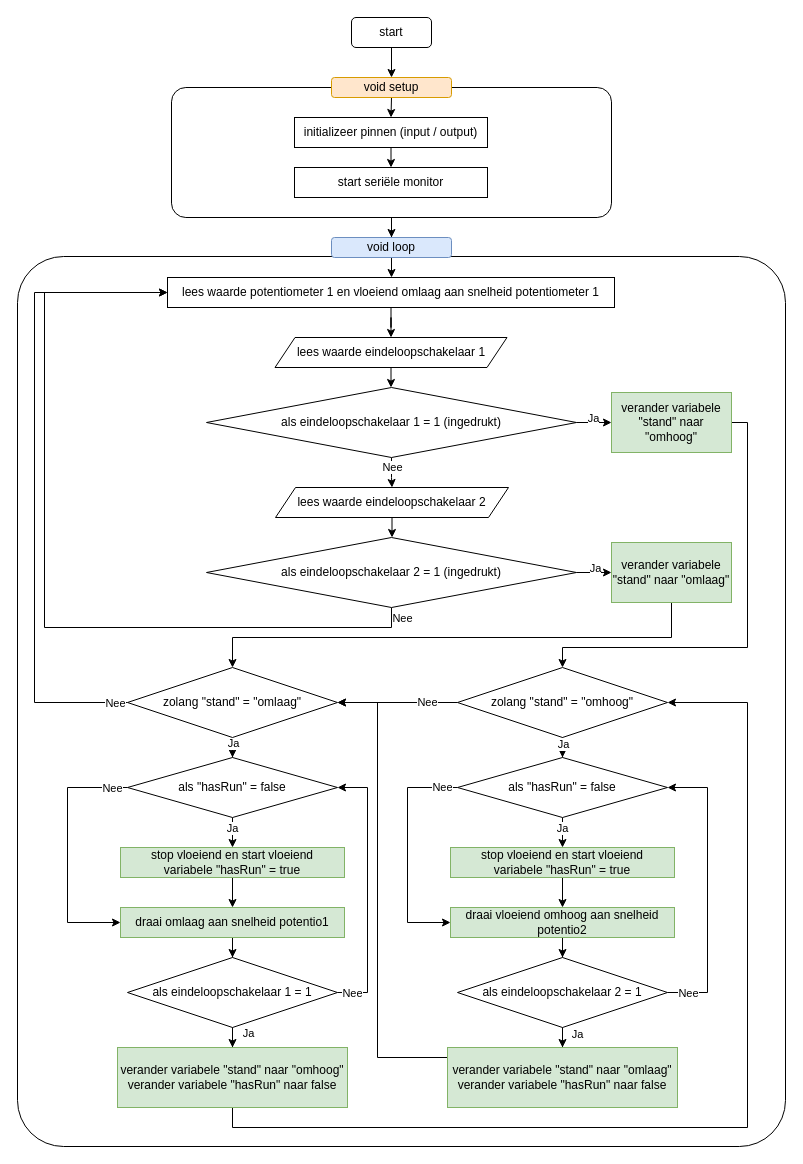
Before: flow.drawio in crearth/c, a draw.io diagram. Source tidied: cells renumbered, new cells numbered last; positions are measured from the earlier drawing's top-left corner, leaving out a move shared by most shapes. Both pictures are drawn from the tidied source at 100%, with x=0, y=0 at pixel (17, 17).
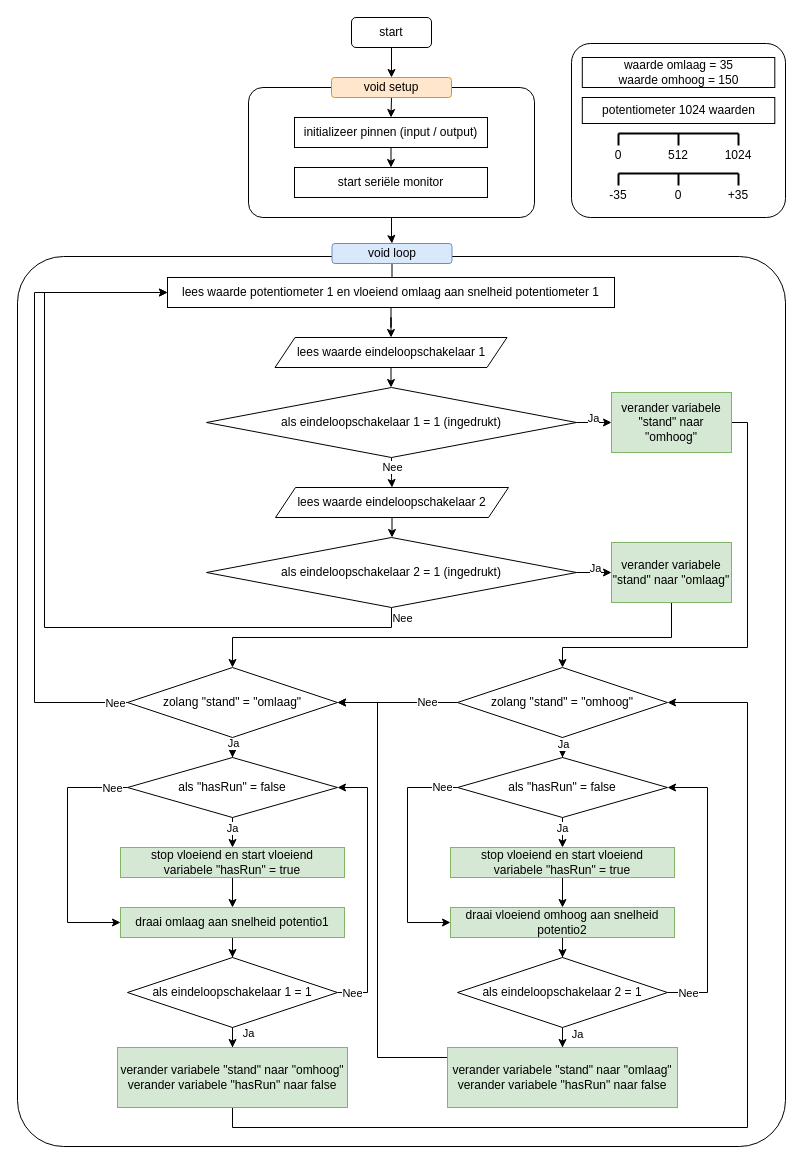
After the change.

Commit message:
potentio enkel

The edit, as a diff of the source:
```diff
@@
     <mxCell id="5" style="rounded=1;whiteSpace=wrap;html=1;arcSize=11;" parent="1" vertex="1">
-      <mxGeometry x="154" y="70" width="440" height="130" as="geometry" />
+      <mxGeometry x="231" y="70" width="286" height="130" as="geometry" />
     </mxCell>
@@
     <mxCell id="13" value="void loop" style="rounded=1;whiteSpace=wrap;html=1;fillColor=#dae8fc;strokeColor=#6c8ebf;" parent="1" vertex="1">
-      <mxGeometry x="314" y="220" width="120" height="20" as="geometry" />
+      <mxGeometry x="314.5" y="226" width="120" height="20" as="geometry" />
     </mxCell>
@@
+    <mxCell id="75" style="rounded=1;whiteSpace=wrap;html=1;arcSize=11;" parent="1" vertex="1">
+      <mxGeometry x="554" y="26" width="214" height="174" as="geometry" />
+    </mxCell>
+    <mxCell id="76" value="waarde omlaag = 35&lt;br&gt;waarde omhoog = 150" style="rounded=0;whiteSpace=wrap;html=1;" parent="1" vertex="1">
+      <mxGeometry x="564.8" y="40" width="192.5" height="30" as="geometry" />
+    </mxCell>
+    <mxCell id="77" value="potentiometer 1024 waarden" style="rounded=0;whiteSpace=wrap;html=1;" parent="1" vertex="1">
+      <mxGeometry x="564.8" y="80" width="192.5" height="26" as="geometry" />
+    </mxCell>
+    <mxCell id="78" style="endArrow=none;html=1;strokeWidth=2;" parent="1" edge="1">
+      <mxGeometry relative="1" as="geometry">
+        <mxPoint x="601" y="156" as="sourcePoint" />
+        <mxPoint x="721" y="156" as="targetPoint" />
+      </mxGeometry>
+    </mxCell>
+    <mxCell id="79" style="endArrow=none;html=1;strokeWidth=2;" parent="1" edge="1" source="80">
+      <mxGeometry relative="1" as="geometry">
+        <mxPoint x="661" y="156" as="targetPoint" />
+        <Array as="points">
+          <mxPoint x="661" y="166" />
+        </Array>
+      </mxGeometry>
+    </mxCell>
+    <mxCell id="80" value="0" style="text;html=1;strokeColor=none;fillColor=none;align=center;verticalAlign=middle;whiteSpace=wrap;rounded=0;" parent="1" vertex="1">
+      <mxGeometry x="651" y="168" width="20" height="20" as="geometry" />
+    </mxCell>
+    <mxCell id="81" style="endArrow=none;html=1;strokeWidth=2;" parent="1" edge="1" source="82">
+      <mxGeometry relative="1" as="geometry">
+        <mxPoint x="601" y="156" as="targetPoint" />
+        <Array as="points">
+          <mxPoint x="601" y="166" />
+        </Array>
+      </mxGeometry>
+    </mxCell>
+    <mxCell id="82" value="-35" style="text;html=1;strokeColor=none;fillColor=none;align=center;verticalAlign=middle;whiteSpace=wrap;rounded=0;" parent="1" vertex="1">
+      <mxGeometry x="591" y="168" width="20" height="20" as="geometry" />
+    </mxCell>
+    <mxCell id="83" style="endArrow=none;html=1;strokeWidth=2;" parent="1" edge="1" source="84">
+      <mxGeometry relative="1" as="geometry">
+        <mxPoint x="721" y="156" as="targetPoint" />
+        <Array as="points">
+          <mxPoint x="721" y="166" />
+        </Array>
+      </mxGeometry>
+    </mxCell>
+    <mxCell id="84" value="+35" style="text;html=1;strokeColor=none;fillColor=none;align=center;verticalAlign=middle;whiteSpace=wrap;rounded=0;" parent="1" vertex="1">
+      <mxGeometry x="711" y="168" width="20" height="20" as="geometry" />
+    </mxCell>
+    <mxCell id="85" style="endArrow=none;html=1;strokeWidth=2;" parent="1" edge="1">
+      <mxGeometry relative="1" as="geometry">
+        <mxPoint x="601" y="116" as="sourcePoint" />
+        <mxPoint x="721" y="116" as="targetPoint" />
+      </mxGeometry>
+    </mxCell>
+    <mxCell id="86" style="endArrow=none;html=1;strokeWidth=2;" parent="1" edge="1" source="87">
+      <mxGeometry relative="1" as="geometry">
+        <mxPoint x="661" y="116" as="targetPoint" />
+        <Array as="points">
+          <mxPoint x="661" y="126" />
+        </Array>
+      </mxGeometry>
+    </mxCell>
+    <mxCell id="87" value="512" style="text;html=1;strokeColor=none;fillColor=none;align=center;verticalAlign=middle;whiteSpace=wrap;rounded=0;" parent="1" vertex="1">
+      <mxGeometry x="651" y="128" width="20" height="20" as="geometry" />
+    </mxCell>
+    <mxCell id="88" style="endArrow=none;html=1;strokeWidth=2;" parent="1" edge="1" source="89">
+      <mxGeometry relative="1" as="geometry">
+        <mxPoint x="601" y="116" as="targetPoint" />
+        <Array as="points">
+          <mxPoint x="601" y="126" />
+        </Array>
+      </mxGeometry>
+    </mxCell>
+    <mxCell id="89" value="0" style="text;html=1;strokeColor=none;fillColor=none;align=center;verticalAlign=middle;whiteSpace=wrap;rounded=0;" parent="1" vertex="1">
+      <mxGeometry x="591" y="128" width="20" height="20" as="geometry" />
+    </mxCell>
+    <mxCell id="90" style="endArrow=none;html=1;strokeWidth=2;" parent="1" edge="1" source="91">
+      <mxGeometry relative="1" as="geometry">
+        <mxPoint x="721" y="116" as="targetPoint" />
+        <Array as="points">
+          <mxPoint x="721" y="126" />
+        </Array>
+      </mxGeometry>
+    </mxCell>
+    <mxCell id="91" value="1024" style="text;html=1;strokeColor=none;fillColor=none;align=center;verticalAlign=middle;whiteSpace=wrap;rounded=0;" parent="1" vertex="1">
+      <mxGeometry x="701" y="128" width="40" height="20" as="geometry" />
+    </mxCell>
```
